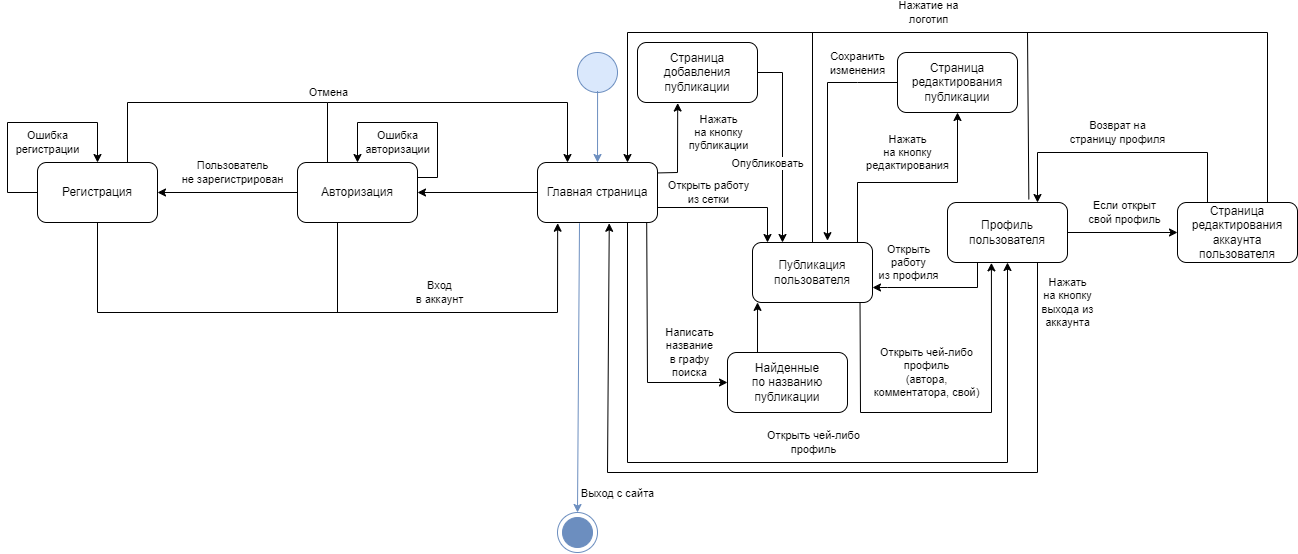
rafigJ/artfolio-web-app keeps this draw.io diagram as Diagrams/Диаграмма состояний (Statechart diagram)/Диаграмма состояний.png. Above is the earlier version. Source tidied: cells renumbered, new cells last; positions are measured from the earlier drawing's top-left corner, leaving out a move shared by most shapes.
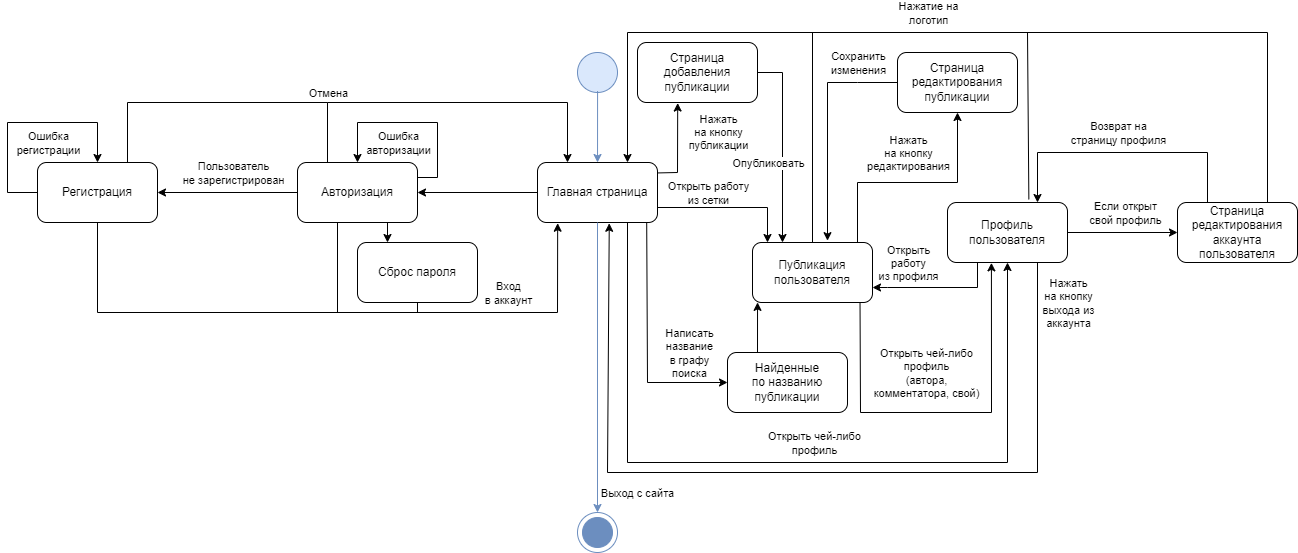
After the change.

Commit message:
docs: update tech assignment, add activity diagram

Change to the diagram source:
```diff
@@ -55,7 +55,7 @@
     </mxCell>
     <mxCell id="14" value="Вход&lt;br&gt;в аккаунт" style="edgeLabel;html=1;align=center;verticalAlign=middle;" parent="13" vertex="1">
       <mxGeometry x="-0.23" y="2" relative="1" as="geometry">
-        <mxPoint x="60" y="-22" as="offset" />
+        <mxPoint x="128" y="-22" as="offset" />
       </mxGeometry>
     </mxCell>
     <mxCell id="15" style="endArrow=none;html=1;rounded=0;entryX=0.5;entryY=1;entryDx=0;entryDy=0;" parent="1" edge="1">
@@ -306,10 +306,8 @@
         <mxPoint x="143" y="-168" as="offset" />
       </mxGeometry>
     </mxCell>
-    <mxCell id="59" style="endArrow=classic;html=1;rounded=0;exitX=0.35;exitY=1.013;exitDx=0;exitDy=0;exitPerimeter=0;entryX=0.5;entryY=0;entryDx=0;entryDy=0;strokeColor=#6C8EBF;" parent="1" edge="1" source="2">
-      <mxGeometry relative="1" as="geometry">
-        <mxPoint x="570" y="480" as="targetPoint" />
-      </mxGeometry>
+    <mxCell id="59" style="endArrow=classic;html=1;rounded=0;exitX=0.5;exitY=1;exitDx=0;exitDy=0;entryX=0.5;entryY=0;entryDx=0;entryDy=0;strokeColor=#6C8EBF;" parent="1" edge="1" source="2" target="61">
+      <mxGeometry relative="1" as="geometry" />
     </mxCell>
     <mxCell id="60" value="Выход с сайта" style="edgeLabel;html=1;align=center;verticalAlign=middle;" parent="59" vertex="1">
       <mxGeometry x="0.33" y="-1" relative="1" as="geometry">
@@ -317,10 +315,21 @@
       </mxGeometry>
     </mxCell>
     <mxCell id="61" style="ellipse;whiteSpace=wrap;html=1;strokeColor=#6C8EBF;" parent="1" vertex="1">
-      <mxGeometry x="550" y="480" width="40" height="40" as="geometry" />
+      <mxGeometry x="570" y="480" width="40" height="40" as="geometry" />
     </mxCell>
     <mxCell id="62" style="ellipse;whiteSpace=wrap;html=1;fillColor=#6C8EBF;strokeColor=#6c8ebf;" parent="1" vertex="1">
-      <mxGeometry x="555" y="485" width="30" height="30" as="geometry" />
+      <mxGeometry x="575" y="485" width="30" height="30" as="geometry" />
     </mxCell>
+    <mxCell id="63" value="Сброс пароля" style="rounded=1;whiteSpace=wrap;html=1;" parent="1" vertex="1">
+      <mxGeometry x="350" y="210" width="120" height="60" as="geometry" />
+    </mxCell>
+    <mxCell id="64" style="endArrow=classic;html=1;rounded=0;exitX=0.75;exitY=1;exitDx=0;exitDy=0;entryX=0.25;entryY=0;entryDx=0;entryDy=0;" parent="1" edge="1" source="5" target="63">
+      <mxGeometry relative="1" as="geometry" />
+    </mxCell>
+    <mxCell id="65" style="endArrow=none;html=1;rounded=0;exitX=0.5;exitY=1;exitDx=0;exitDy=0;" parent="1" edge="1" source="63">
+      <mxGeometry relative="1" as="geometry">
+        <mxPoint x="410" y="280" as="targetPoint" />
+      </mxGeometry>
+    </mxCell>
   </root>
 </mxGraphModel>
```
